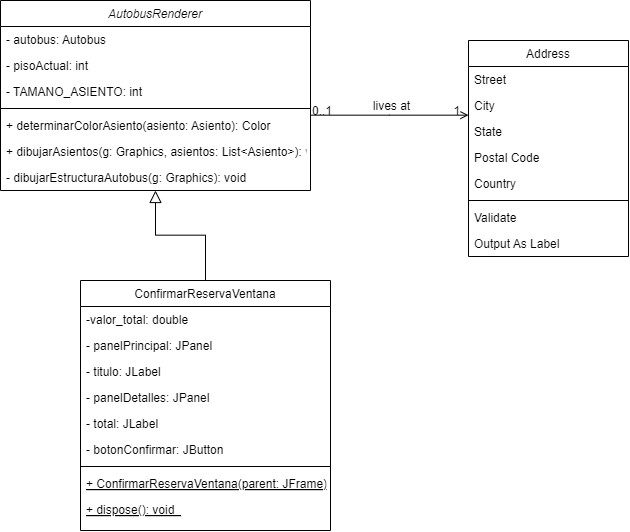
Above: Diagrama_Vista.drawio.png in joflores02/proyectoFinalP2 (draw.io), before the change. Source tidied: cells renumbered, new cells last; positions are measured from the earlier drawing's top-left corner, leaving out a move shared by most shapes.
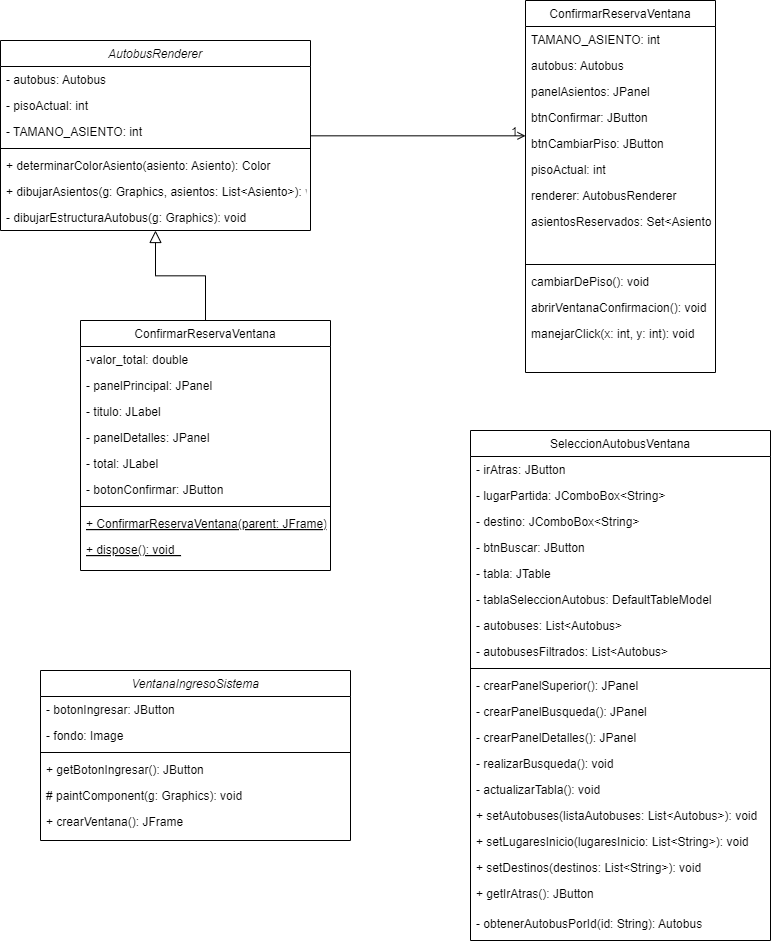
The same diagram one commit later.

Commit message:
Clases_Vista

Change to the diagram source:
```diff
@@ -59,52 +59,141 @@
     <mxCell id="20" style="endArrow=block;endSize=10;endFill=0;shadow=0;strokeWidth=1;rounded=0;curved=0;edgeStyle=elbowEdgeStyle;elbow=vertical;" parent="1" edge="1" source="10" target="2">
       <mxGeometry relative="1" as="geometry" />
     </mxCell>
-    <mxCell id="21" value="Address" style="swimlane;fontStyle=0;align=center;verticalAlign=top;horizontal=1;startSize=26;rounded=0;shadow=0;strokeWidth=1;" parent="1" vertex="1">
-      <mxGeometry x="468" y="40" width="160" height="216" as="geometry" />
+    <mxCell id="21" value="ConfirmarReservaVentana" style="swimlane;fontStyle=0;align=center;verticalAlign=top;horizontal=1;startSize=26;rounded=0;shadow=0;strokeWidth=1;" parent="1" vertex="1">
+      <mxGeometry x="525" y="-40" width="190" height="372" as="geometry" />
     </mxCell>
-    <mxCell id="22" value="Street" style="text;align=left;verticalAlign=top;spacingLeft=4;spacingRight=4;overflow=hidden;" parent="21" vertex="1">
-      <mxGeometry y="26" width="160" height="26" as="geometry" />
+    <mxCell id="22" value="TAMANO_ASIENTO: int" style="text;align=left;verticalAlign=top;spacingLeft=4;spacingRight=4;overflow=hidden;" parent="21" vertex="1">
+      <mxGeometry y="26" width="190" height="26" as="geometry" />
     </mxCell>
-    <mxCell id="23" value="City" style="text;align=left;verticalAlign=top;spacingLeft=4;spacingRight=4;overflow=hidden;rounded=0;shadow=0;html=0;" parent="21" vertex="1">
-      <mxGeometry y="52" width="160" height="26" as="geometry" />
+    <mxCell id="23" value="autobus: Autobus" style="text;align=left;verticalAlign=top;spacingLeft=4;spacingRight=4;overflow=hidden;rounded=0;shadow=0;html=0;" parent="21" vertex="1">
+      <mxGeometry y="52" width="190" height="26" as="geometry" />
     </mxCell>
-    <mxCell id="24" value="State" style="text;align=left;verticalAlign=top;spacingLeft=4;spacingRight=4;overflow=hidden;rounded=0;shadow=0;html=0;" parent="21" vertex="1">
-      <mxGeometry y="78" width="160" height="26" as="geometry" />
+    <mxCell id="24" value="panelAsientos: JPanel" style="text;align=left;verticalAlign=top;spacingLeft=4;spacingRight=4;overflow=hidden;rounded=0;shadow=0;html=0;" parent="21" vertex="1">
+      <mxGeometry y="78" width="190" height="26" as="geometry" />
     </mxCell>
-    <mxCell id="25" value="Postal Code" style="text;align=left;verticalAlign=top;spacingLeft=4;spacingRight=4;overflow=hidden;rounded=0;shadow=0;html=0;" parent="21" vertex="1">
-      <mxGeometry y="104" width="160" height="26" as="geometry" />
+    <mxCell id="25" value="btnConfirmar: JButton" style="text;align=left;verticalAlign=top;spacingLeft=4;spacingRight=4;overflow=hidden;rounded=0;shadow=0;html=0;" parent="21" vertex="1">
+      <mxGeometry y="104" width="190" height="26" as="geometry" />
     </mxCell>
-    <mxCell id="26" value="Country" style="text;align=left;verticalAlign=top;spacingLeft=4;spacingRight=4;overflow=hidden;rounded=0;shadow=0;html=0;" parent="21" vertex="1">
-      <mxGeometry y="130" width="160" height="26" as="geometry" />
+    <mxCell id="26" value="btnCambiarPiso: JButton" style="text;align=left;verticalAlign=top;spacingLeft=4;spacingRight=4;overflow=hidden;rounded=0;shadow=0;html=0;" parent="21" vertex="1">
+      <mxGeometry y="130" width="190" height="26" as="geometry" />
     </mxCell>
+    <mxCell id="34" value="pisoActual: int" style="text;align=left;verticalAlign=top;spacingLeft=4;spacingRight=4;overflow=hidden;rounded=0;shadow=0;html=0;" parent="21" vertex="1">
+      <mxGeometry y="156" width="190" height="26" as="geometry" />
+    </mxCell>
+    <mxCell id="35" value="renderer: AutobusRenderer" style="text;align=left;verticalAlign=top;spacingLeft=4;spacingRight=4;overflow=hidden;rounded=0;shadow=0;html=0;" parent="21" vertex="1">
+      <mxGeometry y="182" width="190" height="26" as="geometry" />
+    </mxCell>
+    <mxCell id="36" value="asientosReservados: Set&lt;Asiento&gt;" style="text;align=left;verticalAlign=top;spacingLeft=4;spacingRight=4;overflow=hidden;rounded=0;shadow=0;html=0;" parent="21" vertex="1">
+      <mxGeometry y="208" width="190" height="26" as="geometry" />
+    </mxCell>
+    <mxCell id="37" style="text;align=left;verticalAlign=top;spacingLeft=4;spacingRight=4;overflow=hidden;rounded=0;shadow=0;html=0;" parent="21" vertex="1">
+      <mxGeometry y="234" width="190" height="26" as="geometry" />
+    </mxCell>
     <mxCell id="27" style="line;html=1;strokeWidth=1;align=left;verticalAlign=middle;spacingTop=-1;spacingLeft=3;spacingRight=3;labelPosition=right;" parent="21" vertex="1">
-      <mxGeometry y="156" width="160" height="8" as="geometry" />
+      <mxGeometry y="260" width="190" height="8" as="geometry" />
     </mxCell>
-    <mxCell id="28" value="Validate" style="text;align=left;verticalAlign=top;spacingLeft=4;spacingRight=4;overflow=hidden;" parent="21" vertex="1">
-      <mxGeometry y="164" width="160" height="26" as="geometry" />
+    <mxCell id="28" value="cambiarDePiso(): void" style="text;align=left;verticalAlign=top;spacingLeft=4;spacingRight=4;overflow=hidden;" parent="21" vertex="1">
+      <mxGeometry y="268" width="190" height="26" as="geometry" />
     </mxCell>
-    <mxCell id="29" value="Output As Label" style="text;align=left;verticalAlign=top;spacingLeft=4;spacingRight=4;overflow=hidden;" parent="21" vertex="1">
-      <mxGeometry y="190" width="160" height="26" as="geometry" />
+    <mxCell id="29" value="abrirVentanaConfirmacion(): void" style="text;align=left;verticalAlign=top;spacingLeft=4;spacingRight=4;overflow=hidden;" parent="21" vertex="1">
+      <mxGeometry y="294" width="190" height="26" as="geometry" />
     </mxCell>
+    <mxCell id="38" value="manejarClick(x: int, y: int): void" style="text;align=left;verticalAlign=top;spacingLeft=4;spacingRight=4;overflow=hidden;" parent="21" vertex="1">
+      <mxGeometry y="320" width="190" height="26" as="geometry" />
+    </mxCell>
+    <mxCell id="39" style="text;align=left;verticalAlign=top;spacingLeft=4;spacingRight=4;overflow=hidden;" parent="21" vertex="1">
+      <mxGeometry y="346" width="190" height="26" as="geometry" />
+    </mxCell>
     <mxCell id="30" style="endArrow=open;shadow=0;strokeWidth=1;rounded=0;curved=0;endFill=1;edgeStyle=elbowEdgeStyle;elbow=vertical;" parent="1" edge="1" source="2" target="21">
       <mxGeometry x="0.5" y="41" relative="1" as="geometry">
         <mxPoint x="-40" y="32" as="offset" />
       </mxGeometry>
     </mxCell>
-    <mxCell id="31" value="0..1" style="align=left;verticalAlign=bottom;labelBackgroundColor=none;fontSize=12;" parent="30" vertex="1">
-      <mxGeometry x="-1" relative="1" as="geometry">
-        <mxPoint y="4" as="offset" />
-      </mxGeometry>
-    </mxCell>
     <mxCell id="32" value="1" style="align=right;verticalAlign=bottom;labelBackgroundColor=none;fontSize=12;" parent="30" vertex="1">
       <mxGeometry x="1" relative="1" as="geometry">
         <mxPoint x="-7" y="4" as="offset" />
       </mxGeometry>
     </mxCell>
-    <mxCell id="33" value="lives at" style="text;html=1;align=center;verticalAlign=middle;labelBackgroundColor=none;rounded=0;shadow=0;strokeWidth=1;fontSize=12;" parent="30" vertex="1">
-      <mxGeometry x="0.5" y="49" relative="1" as="geometry">
-        <mxPoint x="-38" y="40" as="offset" />
-      </mxGeometry>
-    </mxCell>
+    <mxCell id="40" value=" SeleccionAutobusVentana" style="swimlane;fontStyle=0;align=center;verticalAlign=top;horizontal=1;startSize=26;rounded=0;shadow=0;strokeWidth=1;" parent="1" vertex="1">
+      <mxGeometry x="470" y="390" width="300" height="510" as="geometry" />
+    </mxCell>
+    <mxCell id="41" value="- irAtras: JButton" style="text;align=left;verticalAlign=top;spacingLeft=4;spacingRight=4;overflow=hidden;" parent="40" vertex="1">
+      <mxGeometry y="26" width="300" height="26" as="geometry" />
+    </mxCell>
+    <mxCell id="42" value="- lugarPartida: JComboBox&lt;String&gt;" style="text;align=left;verticalAlign=top;spacingLeft=4;spacingRight=4;overflow=hidden;rounded=0;shadow=0;html=0;" parent="40" vertex="1">
+      <mxGeometry y="52" width="300" height="26" as="geometry" />
+    </mxCell>
+    <mxCell id="43" value="- destino: JComboBox&lt;String&gt;" style="text;align=left;verticalAlign=top;spacingLeft=4;spacingRight=4;overflow=hidden;rounded=0;shadow=0;html=0;" parent="40" vertex="1">
+      <mxGeometry y="78" width="300" height="26" as="geometry" />
+    </mxCell>
+    <mxCell id="44" value="- btnBuscar: JButton" style="text;align=left;verticalAlign=top;spacingLeft=4;spacingRight=4;overflow=hidden;rounded=0;shadow=0;html=0;" parent="40" vertex="1">
+      <mxGeometry y="104" width="300" height="26" as="geometry" />
+    </mxCell>
+    <mxCell id="45" value="- tabla: JTable" style="text;align=left;verticalAlign=top;spacingLeft=4;spacingRight=4;overflow=hidden;rounded=0;shadow=0;html=0;" parent="40" vertex="1">
+      <mxGeometry y="130" width="300" height="26" as="geometry" />
+    </mxCell>
+    <mxCell id="46" value="- tablaSeleccionAutobus: DefaultTableModel" style="text;align=left;verticalAlign=top;spacingLeft=4;spacingRight=4;overflow=hidden;rounded=0;shadow=0;html=0;" parent="40" vertex="1">
+      <mxGeometry y="156" width="300" height="26" as="geometry" />
+    </mxCell>
+    <mxCell id="47" value="- autobuses: List&lt;Autobus&gt;" style="text;align=left;verticalAlign=top;spacingLeft=4;spacingRight=4;overflow=hidden;rounded=0;shadow=0;html=0;" parent="40" vertex="1">
+      <mxGeometry y="182" width="300" height="26" as="geometry" />
+    </mxCell>
+    <mxCell id="48" value="- autobusesFiltrados: List&lt;Autobus&gt;" style="text;align=left;verticalAlign=top;spacingLeft=4;spacingRight=4;overflow=hidden;rounded=0;shadow=0;html=0;" parent="40" vertex="1">
+      <mxGeometry y="208" width="300" height="26" as="geometry" />
+    </mxCell>
+    <mxCell id="49" style="line;html=1;strokeWidth=1;align=left;verticalAlign=middle;spacingTop=-1;spacingLeft=3;spacingRight=3;labelPosition=right;" parent="40" vertex="1">
+      <mxGeometry y="234" width="300" height="8" as="geometry" />
+    </mxCell>
+    <mxCell id="50" value="- crearPanelSuperior(): JPanel" style="text;align=left;verticalAlign=top;spacingLeft=4;spacingRight=4;overflow=hidden;" parent="40" vertex="1">
+      <mxGeometry y="242" width="300" height="26" as="geometry" />
+    </mxCell>
+    <mxCell id="51" value="- crearPanelBusqueda(): JPanel" style="text;align=left;verticalAlign=top;spacingLeft=4;spacingRight=4;overflow=hidden;" parent="40" vertex="1">
+      <mxGeometry y="268" width="300" height="26" as="geometry" />
+    </mxCell>
+    <mxCell id="52" value="- crearPanelDetalles(): JPanel" style="text;align=left;verticalAlign=top;spacingLeft=4;spacingRight=4;overflow=hidden;" parent="40" vertex="1">
+      <mxGeometry y="294" width="300" height="26" as="geometry" />
+    </mxCell>
+    <mxCell id="53" value="- realizarBusqueda(): void" style="text;align=left;verticalAlign=top;spacingLeft=4;spacingRight=4;overflow=hidden;" parent="40" vertex="1">
+      <mxGeometry y="320" width="300" height="26" as="geometry" />
+    </mxCell>
+    <mxCell id="54" value="- actualizarTabla(): void" style="text;align=left;verticalAlign=top;spacingLeft=4;spacingRight=4;overflow=hidden;" parent="40" vertex="1">
+      <mxGeometry y="346" width="300" height="26" as="geometry" />
+    </mxCell>
+    <mxCell id="55" value="+ setAutobuses(listaAutobuses: List&lt;Autobus&gt;): void" style="text;align=left;verticalAlign=top;spacingLeft=4;spacingRight=4;overflow=hidden;" parent="40" vertex="1">
+      <mxGeometry y="372" width="300" height="26" as="geometry" />
+    </mxCell>
+    <mxCell id="56" value="+ setLugaresInicio(lugaresInicio: List&lt;String&gt;): void" style="text;align=left;verticalAlign=top;spacingLeft=4;spacingRight=4;overflow=hidden;" parent="40" vertex="1">
+      <mxGeometry y="398" width="300" height="26" as="geometry" />
+    </mxCell>
+    <mxCell id="57" value="+ setDestinos(destinos: List&lt;String&gt;): void" style="text;align=left;verticalAlign=top;spacingLeft=4;spacingRight=4;overflow=hidden;" parent="40" vertex="1">
+      <mxGeometry y="424" width="300" height="26" as="geometry" />
+    </mxCell>
+    <mxCell id="58" value="+ getIrAtras(): JButton" style="text;align=left;verticalAlign=top;spacingLeft=4;spacingRight=4;overflow=hidden;" parent="40" vertex="1">
+      <mxGeometry y="450" width="300" height="30" as="geometry" />
+    </mxCell>
+    <mxCell id="59" value="- obtenerAutobusPorId(id: String): Autobus" style="text;align=left;verticalAlign=top;spacingLeft=4;spacingRight=4;overflow=hidden;" parent="40" vertex="1">
+      <mxGeometry y="480" width="300" height="30" as="geometry" />
+    </mxCell>
+    <mxCell id="60" value="VentanaIngresoSistema" style="swimlane;fontStyle=2;align=center;verticalAlign=top;horizontal=1;startSize=26;rounded=0;shadow=0;strokeWidth=1;" parent="1" vertex="1">
+      <mxGeometry x="40" y="630" width="310" height="170" as="geometry" />
+    </mxCell>
+    <mxCell id="61" value="- botonIngresar: JButton" style="text;align=left;verticalAlign=top;spacingLeft=4;spacingRight=4;overflow=hidden;" parent="60" vertex="1">
+      <mxGeometry y="26" width="310" height="26" as="geometry" />
+    </mxCell>
+    <mxCell id="62" value="- fondo: Image" style="text;align=left;verticalAlign=top;spacingLeft=4;spacingRight=4;overflow=hidden;rounded=0;shadow=0;html=0;" parent="60" vertex="1">
+      <mxGeometry y="52" width="310" height="26" as="geometry" />
+    </mxCell>
+    <mxCell id="63" style="line;html=1;strokeWidth=1;align=left;verticalAlign=middle;spacingTop=-1;spacingLeft=3;spacingRight=3;labelPosition=right;" parent="60" vertex="1">
+      <mxGeometry y="78" width="310" height="8" as="geometry" />
+    </mxCell>
+    <mxCell id="64" value="+ getBotonIngresar(): JButton" style="text;align=left;verticalAlign=top;spacingLeft=4;spacingRight=4;overflow=hidden;" parent="60" vertex="1">
+      <mxGeometry y="86" width="310" height="26" as="geometry" />
+    </mxCell>
+    <mxCell id="65" value="# paintComponent(g: Graphics): void" style="text;align=left;verticalAlign=top;spacingLeft=4;spacingRight=4;overflow=hidden;" parent="60" vertex="1">
+      <mxGeometry y="112" width="310" height="26" as="geometry" />
+    </mxCell>
+    <mxCell id="66" value="+ crearVentana(): JFrame" style="text;align=left;verticalAlign=top;spacingLeft=4;spacingRight=4;overflow=hidden;" parent="60" vertex="1">
+      <mxGeometry y="138" width="310" height="26" as="geometry" />
+    </mxCell>
   </root>
 </mxGraphModel>
```
